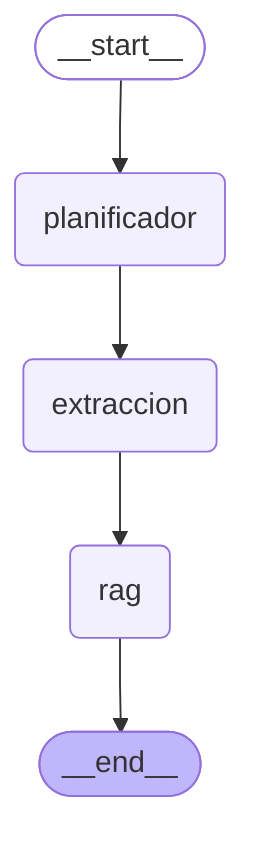
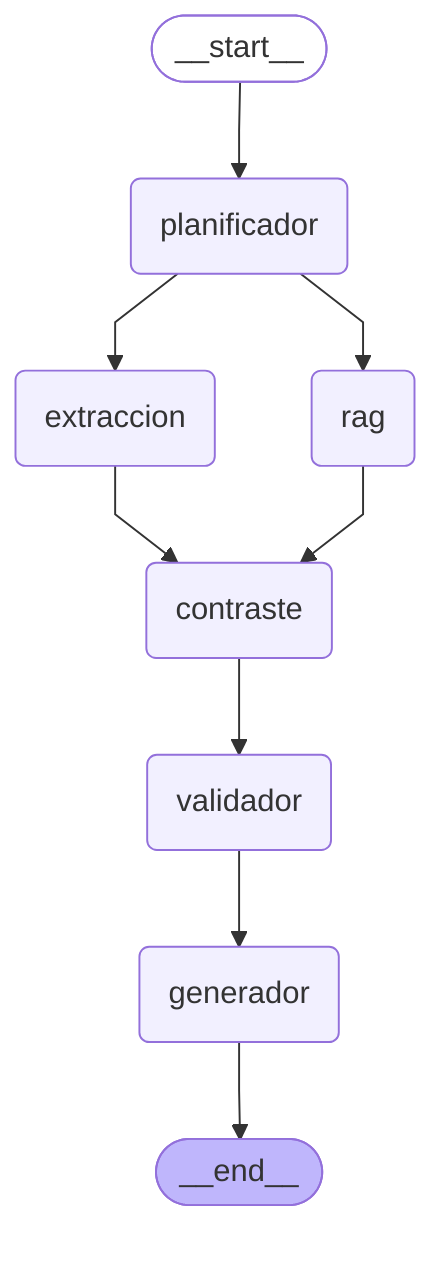
---
config:
  flowchart:
    curve: linear
---
graph TD;
	__start__([<p>__start__</p>]):::first
	planificador(planificador)
	extraccion(extraccion)
	rag(rag)
+ 	contraste(contraste)
+ 	validador(validador)
+ 	generador(generador)
	__end__([<p>__end__</p>]):::last
	__start__ --> planificador;
- 	extraccion --> rag;
+ 	contraste --> validador;
+ 	extraccion --> contraste;
	planificador --> extraccion;
- 	rag --> __end__;
+ 	planificador --> rag;
+ 	rag --> contraste;
+ 	validador --> generador;
+ 	generador --> __end__;
	classDef default fill:#f2f0ff,line-height:1.2
	classDef first fill-opacity:0
	classDef last fill:#bfb6fc
